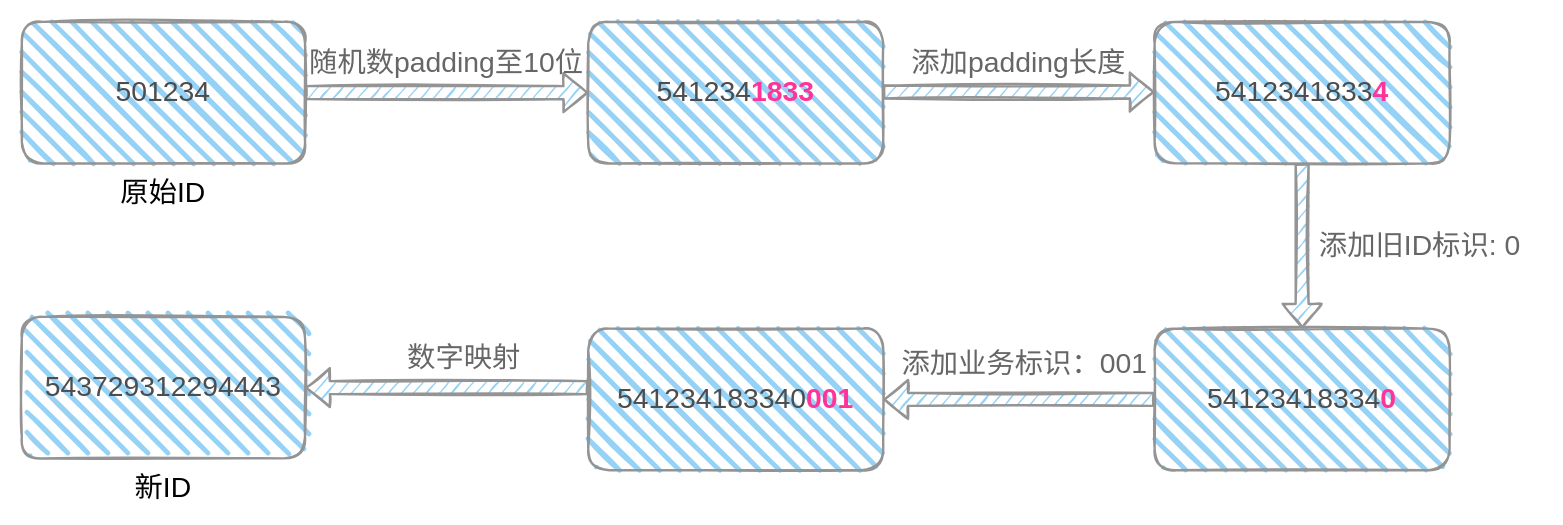
This is pictures/生成新ID.drawio from dimdark/my-drawio, a draw.io file, before an edit. Source tidied: cells renumbered, new cells numbered last; positions are measured from the earlier drawing's top-left corner, leaving out a move shared by most shapes. Both pictures are drawn from the tidied source at 118%, with x=0, y=0 at pixel (21, 21).
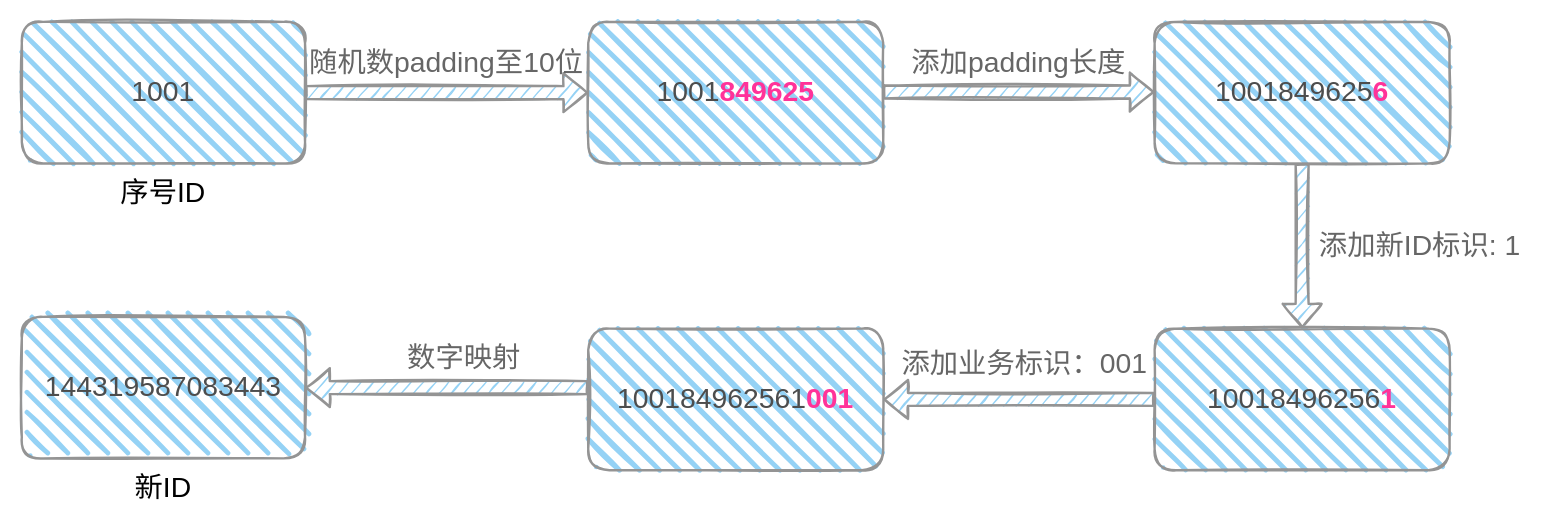
The same diagram, later.

Commit message:
更新生成新ID.drawio

What changed in the source:
```diff
@@
-    <mxCell id="2" value="&lt;font color=&quot;#4d4d4d&quot;&gt;501234&lt;/font&gt;" style="rounded=1;whiteSpace=wrap;html=1;strokeWidth=2;fillWeight=4;hachureGap=12;hachureAngle=45;fillColor=#95D2F5;sketch=1;fontSize=24;strokeColor=#949494;" parent="1" vertex="1">
+    <mxCell id="2" value="&lt;font color=&quot;#4d4d4d&quot;&gt;1001&lt;/font&gt;" style="rounded=1;whiteSpace=wrap;html=1;strokeWidth=2;fillWeight=4;hachureGap=12;hachureAngle=45;fillColor=#95D2F5;sketch=1;fontSize=24;strokeColor=#949494;" parent="1" vertex="1">
       <mxGeometry width="240" height="120" as="geometry" />
     </mxCell>
-    <mxCell id="3" value="&lt;font color=&quot;#4d4d4d&quot;&gt;541234&lt;/font&gt;&lt;b style=&quot;&quot;&gt;&lt;font color=&quot;#ff3399&quot;&gt;1833&lt;/font&gt;&lt;/b&gt;" style="whiteSpace=wrap;html=1;fontSize=24;fillColor=#95D2F5;strokeColor=#949494;rounded=1;strokeWidth=2;fillWeight=4;hachureGap=12;hachureAngle=45;sketch=1;" parent="1" vertex="1">
+    <mxCell id="3" value="&lt;font color=&quot;#4d4d4d&quot;&gt;1001&lt;/font&gt;&lt;font color=&quot;#ff3399&quot;&gt;&lt;b&gt;849625&lt;/b&gt;&lt;/font&gt;" style="whiteSpace=wrap;html=1;fontSize=24;fillColor=#95D2F5;strokeColor=#949494;rounded=1;strokeWidth=2;fillWeight=4;hachureGap=12;hachureAngle=45;sketch=1;" parent="1" vertex="1">
       <mxGeometry x="480" width="250" height="120" as="geometry" />
     </mxCell>
@@
-    <mxCell id="6" value="&lt;font color=&quot;#4d4d4d&quot;&gt;5412341833&lt;/font&gt;&lt;b&gt;&lt;font color=&quot;#ff3399&quot;&gt;4&lt;/font&gt;&lt;/b&gt;" style="whiteSpace=wrap;html=1;fontSize=24;fillColor=#95D2F5;strokeColor=#949494;rounded=1;strokeWidth=2;fillWeight=4;hachureGap=12;hachureAngle=45;sketch=1;" parent="1" vertex="1">
+    <mxCell id="6" value="&lt;font color=&quot;#4d4d4d&quot;&gt;1001849625&lt;/font&gt;&lt;font color=&quot;#ff3399&quot;&gt;&lt;b&gt;6&lt;/b&gt;&lt;/font&gt;" style="whiteSpace=wrap;html=1;fontSize=24;fillColor=#95D2F5;strokeColor=#949494;rounded=1;strokeWidth=2;fillWeight=4;hachureGap=12;hachureAngle=45;sketch=1;" parent="1" vertex="1">
       <mxGeometry x="960" width="250" height="120" as="geometry" />
     </mxCell>
@@
-    <mxCell id="8" value="&lt;font color=&quot;#4d4d4d&quot;&gt;541234183340&lt;/font&gt;&lt;b&gt;&lt;font color=&quot;#ff3399&quot;&gt;001&lt;/font&gt;&lt;/b&gt;" style="whiteSpace=wrap;html=1;fontSize=24;fillColor=#95D2F5;strokeColor=#949494;rounded=1;strokeWidth=2;fillWeight=4;hachureGap=12;hachureAngle=45;sketch=1;" parent="1" vertex="1">
+    <mxCell id="8" value="&lt;font color=&quot;#4d4d4d&quot;&gt;100184962561&lt;/font&gt;&lt;font color=&quot;#ff3399&quot;&gt;&lt;b&gt;001&lt;/b&gt;&lt;/font&gt;" style="whiteSpace=wrap;html=1;fontSize=24;fillColor=#95D2F5;strokeColor=#949494;rounded=1;strokeWidth=2;fillWeight=4;hachureGap=12;hachureAngle=45;sketch=1;" parent="1" vertex="1">
       <mxGeometry x="480" y="260" width="250" height="120" as="geometry" />
     </mxCell>
-    <mxCell id="9" value="&lt;font color=&quot;#4d4d4d&quot;&gt;543729312294443&lt;/font&gt;" style="whiteSpace=wrap;html=1;fontSize=24;fillColor=#95D2F5;strokeColor=#949494;rounded=1;strokeWidth=2;fillWeight=4;hachureGap=12;hachureAngle=45;sketch=1;" parent="1" vertex="1">
+    <mxCell id="9" value="&lt;font color=&quot;#4d4d4d&quot;&gt;144319587083443&lt;/font&gt;" style="whiteSpace=wrap;html=1;fontSize=24;fillColor=#95D2F5;strokeColor=#949494;rounded=1;strokeWidth=2;fillWeight=4;hachureGap=12;hachureAngle=45;sketch=1;" parent="1" vertex="1">
       <mxGeometry y="250" width="240" height="120" as="geometry" />
     </mxCell>
@@
-    <mxCell id="11" value="原始ID" style="text;html=1;strokeColor=none;fillColor=none;align=center;verticalAlign=middle;whiteSpace=wrap;rounded=0;hachureGap=12;fontSize=24;" parent="1" vertex="1">
-      <mxGeometry x="80" y="130" width="80" height="30" as="geometry" />
+    <mxCell id="11" value="序号ID" style="text;html=1;strokeColor=none;fillColor=none;align=center;verticalAlign=middle;whiteSpace=wrap;rounded=0;hachureGap=12;fontSize=24;" parent="1" vertex="1">
+      <mxGeometry x="60" y="130" width="120" height="30" as="geometry" />
     </mxCell>
@@
-    <mxCell id="14" value="添加旧ID标识: 0" style="text;html=1;strokeColor=none;fillColor=none;align=center;verticalAlign=middle;whiteSpace=wrap;rounded=0;hachureGap=12;fontSize=24;fontColor=#666666;" parent="1" vertex="1">
+    <mxCell id="14" value="添加新ID标识: 1" style="text;html=1;strokeColor=none;fillColor=none;align=center;verticalAlign=middle;whiteSpace=wrap;rounded=0;hachureGap=12;fontSize=24;fontColor=#666666;" parent="1" vertex="1">
       <mxGeometry x="1080" y="180" width="210" height="20" as="geometry" />
     </mxCell>
-    <mxCell id="15" value="&lt;font color=&quot;#4d4d4d&quot;&gt;54123418334&lt;/font&gt;&lt;b&gt;&lt;font color=&quot;#ff3399&quot;&gt;0&lt;/font&gt;&lt;/b&gt;" style="whiteSpace=wrap;html=1;fontSize=24;fillColor=#95D2F5;strokeColor=#949494;rounded=1;strokeWidth=2;fillWeight=4;hachureGap=12;hachureAngle=45;sketch=1;" parent="1" vertex="1">
+    <mxCell id="15" value="&lt;font color=&quot;#4d4d4d&quot;&gt;10018496256&lt;/font&gt;&lt;font color=&quot;#ff3399&quot;&gt;&lt;b&gt;1&lt;/b&gt;&lt;/font&gt;" style="whiteSpace=wrap;html=1;fontSize=24;fillColor=#95D2F5;strokeColor=#949494;rounded=1;strokeWidth=2;fillWeight=4;hachureGap=12;hachureAngle=45;sketch=1;" parent="1" vertex="1">
       <mxGeometry x="960" y="260" width="250" height="120" as="geometry" />
     </mxCell>
```
